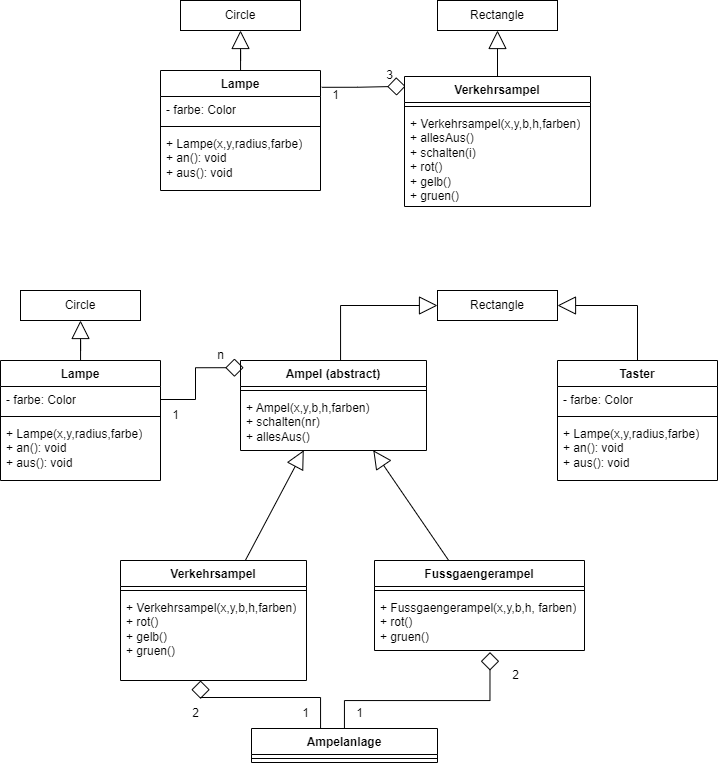
Above: 00Informatik/OIDE_Ampel01/KlassendiagrammVerkehrsampel.png in Hi2272/Hi2272.github.io (draw.io), before the change. Source tidied: cells renumbered, new cells last; positions are measured from the earlier drawing's top-left corner, leaving out a move shared by most shapes.
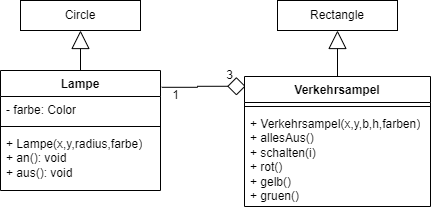
Above is the later version.

Commit message:
ong neu

Change to the diagram source:
```diff
@@ -11,15 +11,15 @@
     <mxCell id="4" value="Lampe" style="swimlane;fontStyle=1;align=center;verticalAlign=top;horizontal=1;startSize=26;whiteSpace=wrap;html=1;" parent="1" vertex="1">
       <mxGeometry x="160" y="70" width="160" height="120" as="geometry" />
     </mxCell>
-    <mxCell id="5" value="- farbe: Color" style="text;strokeColor=none;fillColor=none;align=left;verticalAlign=top;spacingLeft=4;spacingRight=4;overflow=hidden;whiteSpace=wrap;html=1;" parent="4" vertex="1">
-      <mxGeometry y="26" width="160" height="26" as="geometry" />
-    </mxCell>
-    <mxCell id="6" style="line;strokeWidth=1;fillColor=none;align=left;verticalAlign=middle;spacingTop=-1;spacingLeft=3;spacingRight=3;labelPosition=right;strokeColor=inherit;" parent="4" vertex="1">
-      <mxGeometry y="52" width="160" height="8" as="geometry" />
-    </mxCell>
-    <mxCell id="7" value="&lt;div&gt;+ Lampe(x,y,radius,farbe)&lt;/div&gt;+ an(): void&lt;div&gt;+ aus(): void&lt;/div&gt;" style="text;strokeColor=none;fillColor=none;align=left;verticalAlign=top;spacingLeft=4;spacingRight=4;overflow=hidden;whiteSpace=wrap;html=1;" parent="4" vertex="1">
-      <mxGeometry y="60" width="160" height="60" as="geometry" />
-    </mxCell>
+    <mxCell id="51" value="- farbe: Color" style="text;strokeColor=none;fillColor=none;align=left;verticalAlign=top;spacingLeft=4;spacingRight=4;overflow=hidden;whiteSpace=wrap;html=1;" parent="4" vertex="1">
+      <mxGeometry y="26" width="160" height="26" as="geometry" />
+    </mxCell>
+    <mxCell id="52" style="line;strokeWidth=1;fillColor=none;align=left;verticalAlign=middle;spacingTop=-1;spacingLeft=3;spacingRight=3;labelPosition=right;strokeColor=inherit;" parent="4" vertex="1">
+      <mxGeometry y="52" width="160" height="8" as="geometry" />
+    </mxCell>
+    <mxCell id="53" value="&lt;div&gt;+ Lampe(x,y,radius,farbe)&lt;/div&gt;+ an(): void&lt;div&gt;+ aus(): void&lt;/div&gt;" style="text;strokeColor=none;fillColor=none;align=left;verticalAlign=top;spacingLeft=4;spacingRight=4;overflow=hidden;whiteSpace=wrap;html=1;" parent="4" vertex="1">
+      <mxGeometry y="60" width="160" height="60" as="geometry" />
+    </mxCell>
     <mxCell id="8" style="edgeStyle=orthogonalEdgeStyle;rounded=0;jettySize=auto;html=1;entryX=0.5;entryY=1;entryDx=0;entryDy=0;endArrow=block;endFill=0;startSize=16;endSize=16;" parent="1" edge="1" source="4" target="2">
       <mxGeometry relative="1" as="geometry" />
     </mxCell>
@@ -29,9 +29,9 @@
     <mxCell id="10" value="Verkehrsampel" style="swimlane;fontStyle=1;align=center;verticalAlign=top;horizontal=1;startSize=26;whiteSpace=wrap;html=1;" parent="1" vertex="1">
       <mxGeometry x="404" y="76" width="186" height="130" as="geometry" />
     </mxCell>
-    <mxCell id="11" style="line;strokeWidth=1;fillColor=none;align=left;verticalAlign=middle;spacingTop=-1;spacingLeft=3;spacingRight=3;labelPosition=right;strokeColor=inherit;" parent="10" vertex="1">
-      <mxGeometry y="26" width="186" height="8" as="geometry" />
-    </mxCell>
+    <mxCell id="54" style="line;strokeWidth=1;fillColor=none;align=left;verticalAlign=middle;spacingTop=-1;spacingLeft=3;spacingRight=3;labelPosition=right;strokeColor=inherit;" parent="10" vertex="1">
+      <mxGeometry y="26" width="186" height="8" as="geometry" />
+    </mxCell>
     <mxCell id="12" value="&lt;div&gt;+ Verkehrsampel(x,y,b,h,farben)&lt;/div&gt;&lt;div&gt;+ allesAus()&lt;/div&gt;&lt;div&gt;+ schalten(i)&lt;/div&gt;&lt;div&gt;+ rot()&lt;/div&gt;&lt;div&gt;+ gelb()&lt;/div&gt;&lt;div&gt;+ gruen()&lt;/div&gt;" style="text;strokeColor=none;fillColor=none;align=left;verticalAlign=top;spacingLeft=4;spacingRight=4;overflow=hidden;whiteSpace=wrap;html=1;" parent="10" vertex="1">
       <mxGeometry y="34" width="186" height="96" as="geometry" />
     </mxCell>
@@ -44,124 +44,5 @@
     <mxCell id="15" value="Rectangle" style="rounded=0;whiteSpace=wrap;html=1;" parent="1" vertex="1">
       <mxGeometry x="437" width="120" height="30" as="geometry" />
     </mxCell>
-    <mxCell id="16" style="rounded=0;jettySize=auto;html=1;strokeColor=default;align=center;verticalAlign=middle;fontFamily=Helvetica;fontSize=11;fontColor=default;labelBackgroundColor=default;endArrow=block;endFill=0;endSize=16;edgeStyle=orthogonalEdgeStyle;" parent="1" edge="1" source="17" target="37">
-      <mxGeometry relative="1" as="geometry">
-        <Array as="points">
-          <mxPoint x="340" y="305" />
-        </Array>
-      </mxGeometry>
-    </mxCell>
-    <mxCell id="17" value="Ampel (abstract)" style="swimlane;fontStyle=1;align=center;verticalAlign=top;horizontal=1;startSize=26;whiteSpace=wrap;html=1;" parent="1" vertex="1">
-      <mxGeometry x="240" y="360" width="186" height="90" as="geometry" />
-    </mxCell>
-    <mxCell id="18" style="line;strokeWidth=1;fillColor=none;align=left;verticalAlign=middle;spacingTop=-1;spacingLeft=3;spacingRight=3;labelPosition=right;strokeColor=inherit;" parent="17" vertex="1">
-      <mxGeometry y="26" width="186" height="8" as="geometry" />
-    </mxCell>
-    <mxCell id="19" value="&lt;div&gt;+ Ampel(x,y,b,h,farben)&lt;/div&gt;+ schalten(nr)&lt;div&gt;+ allesAus()&lt;/div&gt;&lt;div&gt;&lt;br&gt;&lt;/div&gt;" style="text;strokeColor=none;fillColor=none;align=left;verticalAlign=top;spacingLeft=4;spacingRight=4;overflow=hidden;points=[[0,0.5],[1,0.5]];portConstraint=eastwest;whiteSpace=wrap;html=1;" parent="17" vertex="1">
-      <mxGeometry y="34" width="186" height="56" as="geometry" />
-    </mxCell>
-    <mxCell id="20" style="edgeStyle=orthogonalEdgeStyle;rounded=0;jettySize=auto;html=1;entryX=0.5;entryY=1;entryDx=0;entryDy=0;strokeColor=default;align=center;verticalAlign=middle;fontFamily=Helvetica;fontSize=11;fontColor=default;labelBackgroundColor=default;endArrow=block;endFill=0;endSize=16;" parent="1" edge="1" source="21" target="36">
-      <mxGeometry relative="1" as="geometry" />
-    </mxCell>
-    <mxCell id="21" value="Lampe" style="swimlane;fontStyle=1;align=center;verticalAlign=top;horizontal=1;startSize=26;whiteSpace=wrap;html=1;" parent="1" vertex="1">
-      <mxGeometry y="360" width="160" height="120" as="geometry" />
-    </mxCell>
-    <mxCell id="22" value="- farbe: Color" style="text;strokeColor=none;fillColor=none;align=left;verticalAlign=top;spacingLeft=4;spacingRight=4;overflow=hidden;points=[[0,0.5],[1,0.5]];portConstraint=eastwest;whiteSpace=wrap;html=1;" parent="21" vertex="1">
-      <mxGeometry y="26" width="160" height="26" as="geometry" />
-    </mxCell>
-    <mxCell id="23" style="line;strokeWidth=1;fillColor=none;align=left;verticalAlign=middle;spacingTop=-1;spacingLeft=3;spacingRight=3;labelPosition=right;strokeColor=inherit;" parent="21" vertex="1">
-      <mxGeometry y="52" width="160" height="8" as="geometry" />
-    </mxCell>
-    <mxCell id="24" value="&lt;div&gt;+ Lampe(x,y,radius,farbe)&lt;/div&gt;+ an(): void&lt;div&gt;+ aus(): void&lt;/div&gt;" style="text;strokeColor=none;fillColor=none;align=left;verticalAlign=top;spacingLeft=4;spacingRight=4;overflow=hidden;whiteSpace=wrap;html=1;" parent="21" vertex="1">
-      <mxGeometry y="60" width="160" height="60" as="geometry" />
-    </mxCell>
-    <mxCell id="25" style="edgeStyle=orthogonalEdgeStyle;rounded=0;jettySize=auto;html=1;entryX=0.017;entryY=0.08;entryDx=0;entryDy=0;entryPerimeter=0;endArrow=diamond;endFill=0;endSize=16;" parent="1" edge="1" source="22" target="17">
-      <mxGeometry relative="1" as="geometry" />
-    </mxCell>
-    <mxCell id="26" value="1" style="text;html=1;align=center;verticalAlign=middle;strokeColor=none;fillColor=none;" parent="1" vertex="1">
-      <mxGeometry x="160" y="400" width="30" height="30" as="geometry" />
-    </mxCell>
-    <mxCell id="27" value="n" style="text;html=1;align=center;verticalAlign=middle;strokeColor=none;fillColor=none;" parent="1" vertex="1">
-      <mxGeometry x="205" y="340" width="30" height="30" as="geometry" />
-    </mxCell>
-    <mxCell id="28" value="Verkehrsampel" style="swimlane;fontStyle=1;align=center;verticalAlign=top;horizontal=1;startSize=26;whiteSpace=wrap;html=1;" parent="1" vertex="1">
-      <mxGeometry x="120" y="560" width="186" height="120" as="geometry" />
-    </mxCell>
-    <mxCell id="29" style="line;strokeWidth=1;fillColor=none;align=left;verticalAlign=middle;spacingTop=-1;spacingLeft=3;spacingRight=3;labelPosition=right;strokeColor=inherit;" parent="28" vertex="1">
-      <mxGeometry y="26" width="186" height="8" as="geometry" />
-    </mxCell>
-    <mxCell id="30" value="&lt;div&gt;+ Verkehrsampel(x,y,b,h,farben)&lt;/div&gt;&lt;div&gt;+ rot()&lt;/div&gt;&lt;div&gt;+ gelb()&lt;/div&gt;&lt;div&gt;+ gruen()&lt;/div&gt;" style="text;strokeColor=none;fillColor=none;align=left;verticalAlign=top;spacingLeft=4;spacingRight=4;overflow=hidden;points=[[0,0.5],[1,0.5]];portConstraint=eastwest;whiteSpace=wrap;html=1;" parent="28" vertex="1">
-      <mxGeometry y="34" width="186" height="86" as="geometry" />
-    </mxCell>
-    <mxCell id="31" style="rounded=0;jettySize=auto;html=1;entryX=0.34;entryY=0.996;entryDx=0;entryDy=0;entryPerimeter=0;endArrow=block;endFill=0;endSize=16;" parent="1" edge="1" source="28" target="19">
-      <mxGeometry relative="1" as="geometry" />
-    </mxCell>
-    <mxCell id="32" value="Fussgaengerampel" style="swimlane;fontStyle=1;align=center;verticalAlign=top;horizontal=1;startSize=26;whiteSpace=wrap;html=1;" parent="1" vertex="1">
-      <mxGeometry x="374" y="560" width="210" height="90" as="geometry" />
-    </mxCell>
-    <mxCell id="33" style="line;strokeWidth=1;fillColor=none;align=left;verticalAlign=middle;spacingTop=-1;spacingLeft=3;spacingRight=3;labelPosition=right;strokeColor=inherit;" parent="32" vertex="1">
-      <mxGeometry y="26" width="210" height="8" as="geometry" />
-    </mxCell>
-    <mxCell id="34" value="&lt;div&gt;+ Fussgaengerampel(x,y,b,h, farben)&lt;/div&gt;&lt;div&gt;+ rot()&lt;/div&gt;&lt;div&gt;+ gruen()&lt;/div&gt;" style="text;strokeColor=none;fillColor=none;align=left;verticalAlign=top;spacingLeft=4;spacingRight=4;overflow=hidden;points=[[0,0.5],[1,0.5]];portConstraint=eastwest;whiteSpace=wrap;html=1;" parent="32" vertex="1">
-      <mxGeometry y="34" width="210" height="56" as="geometry" />
-    </mxCell>
-    <mxCell id="35" style="rounded=0;jettySize=auto;html=1;entryX=0.714;entryY=0.996;entryDx=0;entryDy=0;entryPerimeter=0;endArrow=block;endFill=0;endSize=16;" parent="1" edge="1" source="32" target="19">
-      <mxGeometry relative="1" as="geometry" />
-    </mxCell>
-    <mxCell id="36" value="Circle" style="rounded=0;whiteSpace=wrap;html=1;" parent="1" vertex="1">
-      <mxGeometry x="20" y="290" width="120" height="30" as="geometry" />
-    </mxCell>
-    <mxCell id="37" value="Rectangle" style="rounded=0;whiteSpace=wrap;html=1;" parent="1" vertex="1">
-      <mxGeometry x="437" y="290" width="120" height="30" as="geometry" />
-    </mxCell>
-    <mxCell id="38" value="Ampelanlage" style="swimlane;fontStyle=1;align=center;verticalAlign=top;horizontal=1;startSize=26;whiteSpace=wrap;html=1;" parent="1" vertex="1">
-      <mxGeometry x="251" y="728" width="186" height="34" as="geometry" />
-    </mxCell>
-    <mxCell id="39" style="line;strokeWidth=1;fillColor=none;align=left;verticalAlign=middle;spacingTop=-1;spacingLeft=3;spacingRight=3;labelPosition=right;strokeColor=inherit;" parent="38" vertex="1">
-      <mxGeometry y="26" width="186" height="8" as="geometry" />
-    </mxCell>
-    <mxCell id="40" style="edgeStyle=orthogonalEdgeStyle;rounded=0;jettySize=auto;html=1;endArrow=diamond;endFill=0;endSize=16;" parent="1" edge="1" source="38" target="30">
-      <mxGeometry relative="1" as="geometry">
-        <Array as="points">
-          <mxPoint x="320" y="697" />
-          <mxPoint x="200" y="697" />
-        </Array>
-      </mxGeometry>
-    </mxCell>
-    <mxCell id="41" style="edgeStyle=orthogonalEdgeStyle;rounded=0;jettySize=auto;html=1;entryX=0.55;entryY=1.028;entryDx=0;entryDy=0;entryPerimeter=0;endArrow=diamond;endFill=0;endSize=16;" parent="1" edge="1" source="38" target="34">
-      <mxGeometry relative="1" as="geometry">
-        <Array as="points">
-          <mxPoint x="344" y="700" />
-          <mxPoint x="489" y="700" />
-        </Array>
-      </mxGeometry>
-    </mxCell>
-    <mxCell id="42" value="2" style="text;html=1;align=center;verticalAlign=middle;strokeColor=none;fillColor=none;" parent="1" vertex="1">
-      <mxGeometry x="500" y="660" width="30" height="30" as="geometry" />
-    </mxCell>
-    <mxCell id="43" value="1" style="text;html=1;align=center;verticalAlign=middle;strokeColor=none;fillColor=none;" parent="1" vertex="1">
-      <mxGeometry x="344" y="698" width="30" height="30" as="geometry" />
-    </mxCell>
-    <mxCell id="44" value="1" style="text;html=1;align=center;verticalAlign=middle;strokeColor=none;fillColor=none;" parent="1" vertex="1">
-      <mxGeometry x="290" y="698" width="30" height="30" as="geometry" />
-    </mxCell>
-    <mxCell id="45" style="edgeStyle=orthogonalEdgeStyle;rounded=0;jettySize=auto;html=1;entryX=1;entryY=0.5;entryDx=0;entryDy=0;endArrow=block;endFill=0;endSize=16;" parent="1" edge="1" source="46" target="37">
-      <mxGeometry relative="1" as="geometry" />
-    </mxCell>
-    <mxCell id="46" value="Taster" style="swimlane;fontStyle=1;align=center;verticalAlign=top;horizontal=1;startSize=26;whiteSpace=wrap;html=1;" parent="1" vertex="1">
-      <mxGeometry x="557" y="360" width="160" height="120" as="geometry" />
-    </mxCell>
-    <mxCell id="47" value="- farbe: Color" style="text;strokeColor=none;fillColor=none;align=left;verticalAlign=top;spacingLeft=4;spacingRight=4;overflow=hidden;whiteSpace=wrap;html=1;" parent="46" vertex="1">
-      <mxGeometry y="26" width="160" height="26" as="geometry" />
-    </mxCell>
-    <mxCell id="48" style="line;strokeWidth=1;fillColor=none;align=left;verticalAlign=middle;spacingTop=-1;spacingLeft=3;spacingRight=3;labelPosition=right;strokeColor=inherit;" parent="46" vertex="1">
-      <mxGeometry y="52" width="160" height="8" as="geometry" />
-    </mxCell>
-    <mxCell id="49" value="&lt;div&gt;+ Lampe(x,y,radius,farbe)&lt;/div&gt;+ an(): void&lt;div&gt;+ aus(): void&lt;/div&gt;" style="text;strokeColor=none;fillColor=none;align=left;verticalAlign=top;spacingLeft=4;spacingRight=4;overflow=hidden;whiteSpace=wrap;html=1;" parent="46" vertex="1">
-      <mxGeometry y="60" width="160" height="60" as="geometry" />
-    </mxCell>
-    <mxCell id="50" value="2" style="text;html=1;align=center;verticalAlign=middle;strokeColor=none;fillColor=none;" parent="1" vertex="1">
-      <mxGeometry x="180" y="698" width="30" height="30" as="geometry" />
-    </mxCell>
   </root>
 </mxGraphModel>
```
